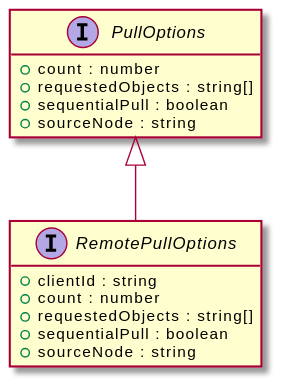
Before: assets/RemotePullOptions-umlClassDiagram-9519.svg, a diagram exported from PlantUML (OpenHPS/openhps-core). The source it was exported from:
```plantuml
@startuml
skinparam BackgroundColor transparent
hide empty methods
hide empty fields
interface "RemotePullOptions" {
    +clientId : string
    +count : number
    +requestedObjects : string[]
    +sequentialPull : boolean
    +sourceNode : string
}
interface "PullOptions" {
    +count : number
    +requestedObjects : string[]
    +sequentialPull : boolean
    +sourceNode : string
}
"PullOptions" <|-- "RemotePullOptions"
@enduml
```
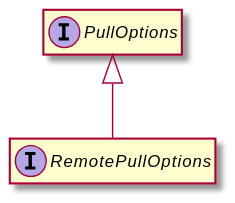
After the commit.

What changed in the source:
```diff
@@ -3,17 +3,8 @@
 hide empty methods
 hide empty fields
 interface "RemotePullOptions" {
-    +clientId : string
-    +count : number
-    +requestedObjects : string[]
-    +sequentialPull : boolean
-    +sourceNode : string
 }
 interface "PullOptions" {
-    +count : number
-    +requestedObjects : string[]
-    +sequentialPull : boolean
-    +sourceNode : string
 }
 "PullOptions" <|-- "RemotePullOptions"
 @enduml
```
